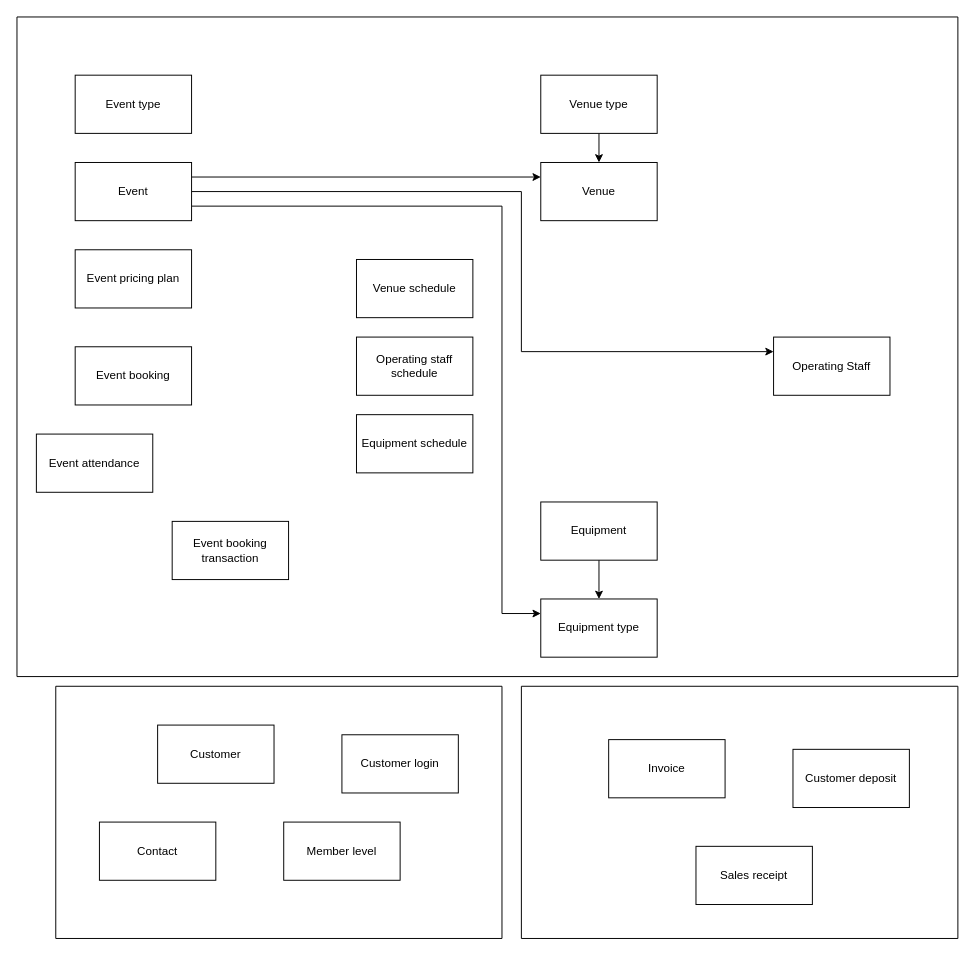
Earlier version of the draw.io diagram page "Page-1" (1 of 2) of Event booking system.drawio (dannyswat/adi). Source tidied: cells renumbered, new cells numbered last; positions are measured from the earlier drawing's top-left corner, leaving out a move shared by most shapes. Both pictures are drawn from the tidied source at 97%, with x=0, y=0 at pixel (16, 16).
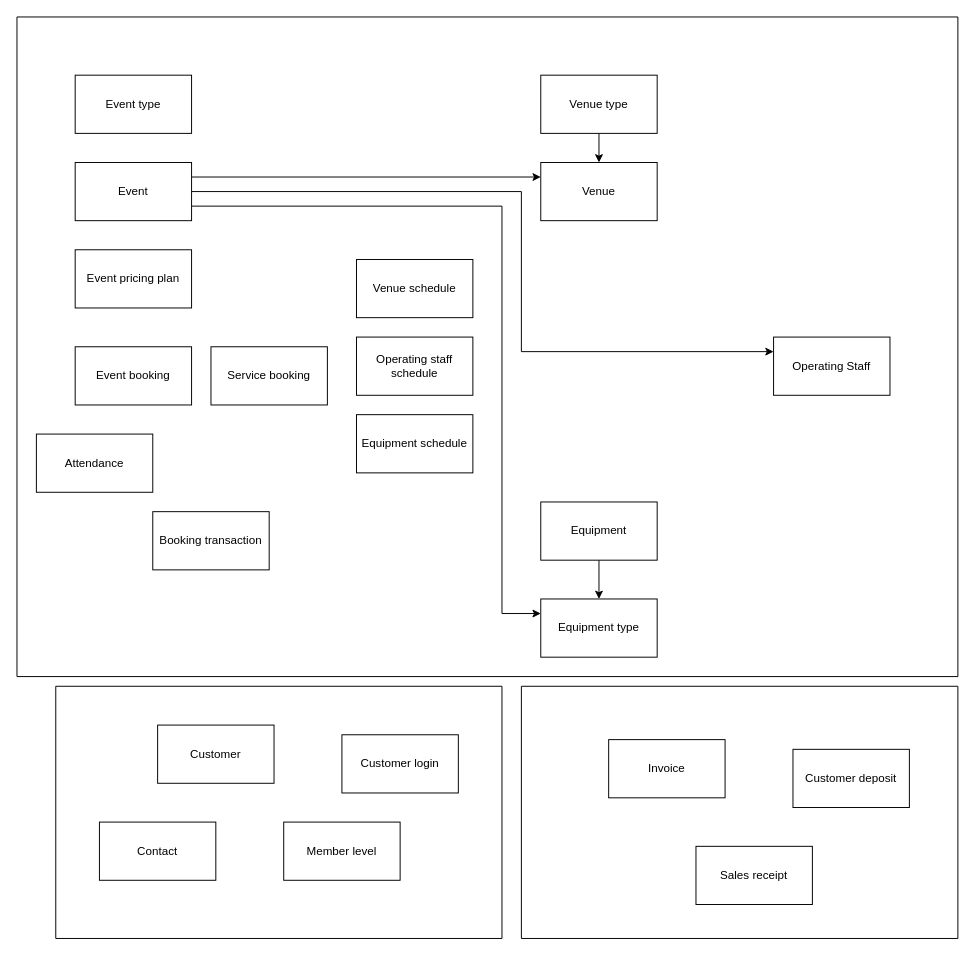
Above is the later version.

The change refers to these unchanged cells:
```xml
<mxCell id="20" style="swimlane;startSize=0;" parent="1" vertex="1">
  <mxGeometry width="970" height="680" as="geometry" />
</mxCell>
```

The edit, as a diff of the source:
```diff
@@
-    <mxCell id="19" value="Event booking transaction" style="rounded=0;whiteSpace=wrap;html=1;" parent="1" vertex="1">
-      <mxGeometry x="160" y="520" width="120" height="60" as="geometry" />
-    </mxCell>
@@
-    <mxCell id="21" value="Event attendance" style="rounded=0;whiteSpace=wrap;html=1;" parent="20" vertex="1">
+    <mxCell id="21" value="Attendance" style="rounded=0;whiteSpace=wrap;html=1;" parent="20" vertex="1">
       <mxGeometry x="20" y="430" width="120" height="60" as="geometry" />
     </mxCell>
+    <mxCell id="19" value="Booking transaction" style="rounded=0;whiteSpace=wrap;html=1;" parent="20" vertex="1">
+      <mxGeometry x="140" y="510" width="120" height="60" as="geometry" />
+    </mxCell>
+    <mxCell id="31" value="Service booking" style="rounded=0;whiteSpace=wrap;html=1;" parent="20" vertex="1">
+      <mxGeometry x="200" y="340" width="120" height="60" as="geometry" />
+    </mxCell>
```
